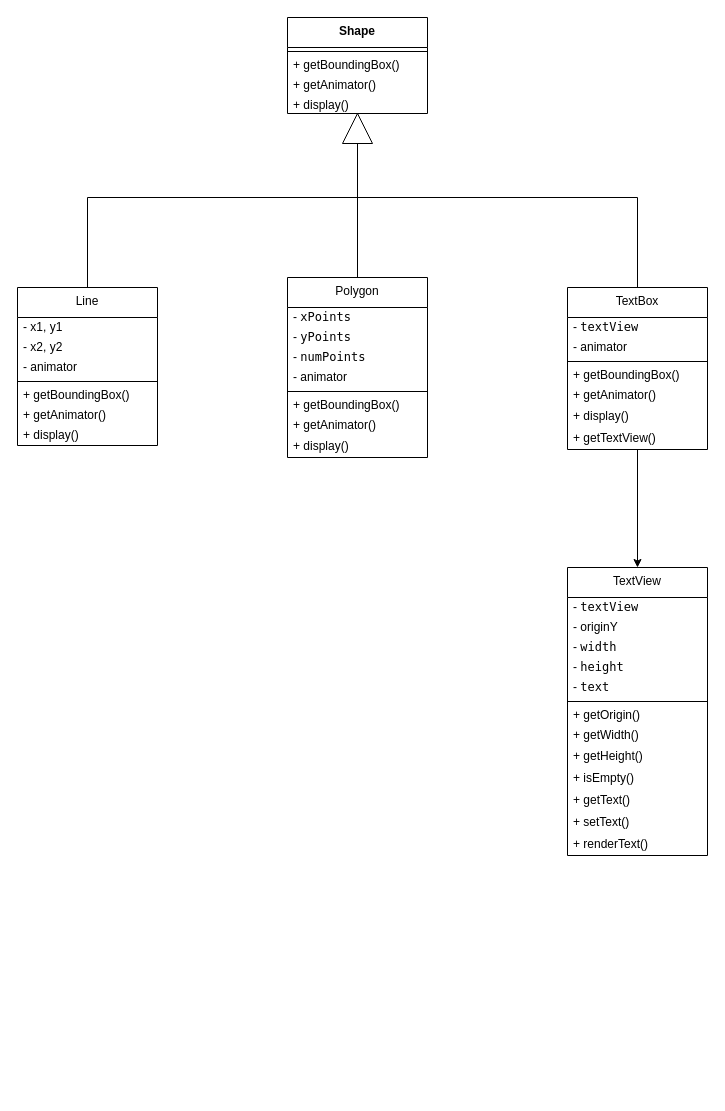
orchlonn/CS-380 keeps this draw.io diagram as Lab-6/Lab-6.drawio. Above is the earlier version. Source tidied: cells renumbered, new cells numbered last; positions are measured from the earlier drawing's top-left corner, leaving out a move shared by most shapes. Both pictures are drawn from the tidied source at 100%, with x=0, y=0 at pixel (17, 17).
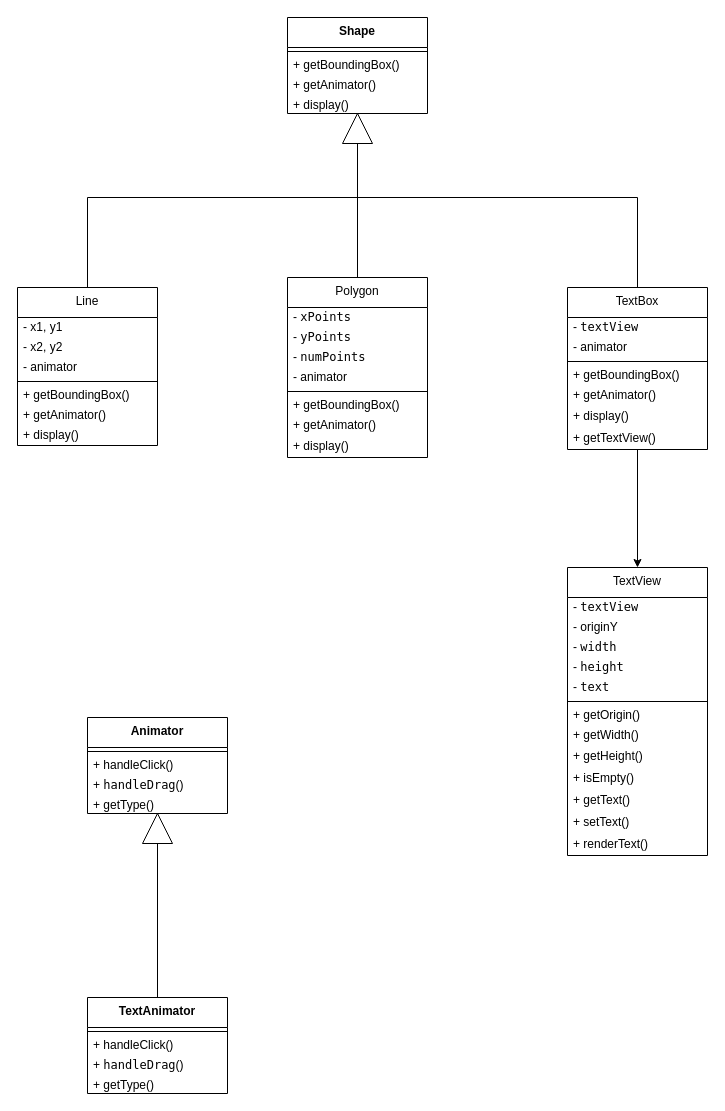
Above is the later version.

The edit, as a diff of the source:
```diff
@@
+    <mxCell id="51" value="&lt;b&gt;Animator&lt;/b&gt;" style="swimlane;fontStyle=0;align=center;verticalAlign=top;horizontal=1;startSize=30;html=1;whiteSpace=wrap;" parent="1" vertex="1">
+      <mxGeometry x="70" y="700" width="140" height="96" as="geometry" />
+    </mxCell>
+    <mxCell id="52" style="line;strokeWidth=1;fillColor=none;align=left;verticalAlign=middle;spacingTop=-1;spacingLeft=3;spacingRight=3;labelPosition=right;" parent="51" vertex="1">
+      <mxGeometry y="30" width="140" height="8" as="geometry" />
+    </mxCell>
+    <mxCell id="53" value="+ handleClick()" style="text;html=1;strokeColor=none;fillColor=none;align=left;verticalAlign=middle;spacingLeft=4;spacingRight=4;overflow=hidden;whiteSpace=wrap;" parent="51" vertex="1">
+      <mxGeometry y="38" width="140" height="20" as="geometry" />
+    </mxCell>
+    <mxCell id="54" value="+&amp;nbsp;&lt;span style=&quot;background-color: rgb(255, 255, 255); font-family: Menlo, Monaco, &amp;quot;Courier New&amp;quot;, monospace; white-space: pre; color: light-dark(rgb(0, 0, 0), rgb(255, 255, 255));&quot;&gt;handleDrag&lt;/span&gt;&lt;span style=&quot;background-color: transparent; color: light-dark(rgb(0, 0, 0), rgb(255, 255, 255));&quot;&gt;()&lt;/span&gt;" style="text;html=1;strokeColor=none;fillColor=none;align=left;verticalAlign=middle;spacingLeft=4;spacingRight=4;overflow=hidden;whiteSpace=wrap;" parent="51" vertex="1">
+      <mxGeometry y="58" width="140" height="20" as="geometry" />
+    </mxCell>
+    <mxCell id="55" value="+ getType()" style="text;html=1;strokeColor=none;fillColor=none;align=left;verticalAlign=middle;spacingLeft=4;spacingRight=4;overflow=hidden;whiteSpace=wrap;" parent="51" vertex="1">
+      <mxGeometry y="78" width="140" height="18" as="geometry" />
+    </mxCell>
+    <mxCell id="56" value="&lt;b&gt;TextAnimator&lt;/b&gt;" style="swimlane;fontStyle=0;align=center;verticalAlign=top;horizontal=1;startSize=30;html=1;whiteSpace=wrap;" parent="1" vertex="1">
+      <mxGeometry x="70" y="980" width="140" height="96" as="geometry" />
+    </mxCell>
+    <mxCell id="57" style="line;strokeWidth=1;fillColor=none;align=left;verticalAlign=middle;spacingTop=-1;spacingLeft=3;spacingRight=3;labelPosition=right;" parent="56" vertex="1">
+      <mxGeometry y="30" width="140" height="8" as="geometry" />
+    </mxCell>
+    <mxCell id="58" value="+ handleClick()" style="text;html=1;strokeColor=none;fillColor=none;align=left;verticalAlign=middle;spacingLeft=4;spacingRight=4;overflow=hidden;whiteSpace=wrap;" parent="56" vertex="1">
+      <mxGeometry y="38" width="140" height="20" as="geometry" />
+    </mxCell>
+    <mxCell id="59" value="+&amp;nbsp;&lt;span style=&quot;background-color: rgb(255, 255, 255); font-family: Menlo, Monaco, &amp;quot;Courier New&amp;quot;, monospace; white-space: pre; color: light-dark(rgb(0, 0, 0), rgb(255, 255, 255));&quot;&gt;handleDrag&lt;/span&gt;&lt;span style=&quot;background-color: transparent; color: light-dark(rgb(0, 0, 0), rgb(255, 255, 255));&quot;&gt;()&lt;/span&gt;" style="text;html=1;strokeColor=none;fillColor=none;align=left;verticalAlign=middle;spacingLeft=4;spacingRight=4;overflow=hidden;whiteSpace=wrap;" parent="56" vertex="1">
+      <mxGeometry y="58" width="140" height="20" as="geometry" />
+    </mxCell>
+    <mxCell id="60" value="+ getType()" style="text;html=1;strokeColor=none;fillColor=none;align=left;verticalAlign=middle;spacingLeft=4;spacingRight=4;overflow=hidden;whiteSpace=wrap;" parent="56" vertex="1">
+      <mxGeometry y="78" width="140" height="18" as="geometry" />
+    </mxCell>
+    <mxCell id="61" style="verticalLabelPosition=bottom;verticalAlign=top;html=1;shape=mxgraph.basic.acute_triangle;dx=0.5;" parent="1" vertex="1">
+      <mxGeometry x="125" y="796" width="30" height="30" as="geometry" />
+    </mxCell>
+    <mxCell id="62" style="endArrow=none;html=1;rounded=0;exitX=0.5;exitY=1;exitDx=0;exitDy=0;exitPerimeter=0;entryX=0.5;entryY=0;entryDx=0;entryDy=0;" parent="1" edge="1" source="61" target="56">
+      <mxGeometry relative="1" as="geometry" />
+    </mxCell>
```
